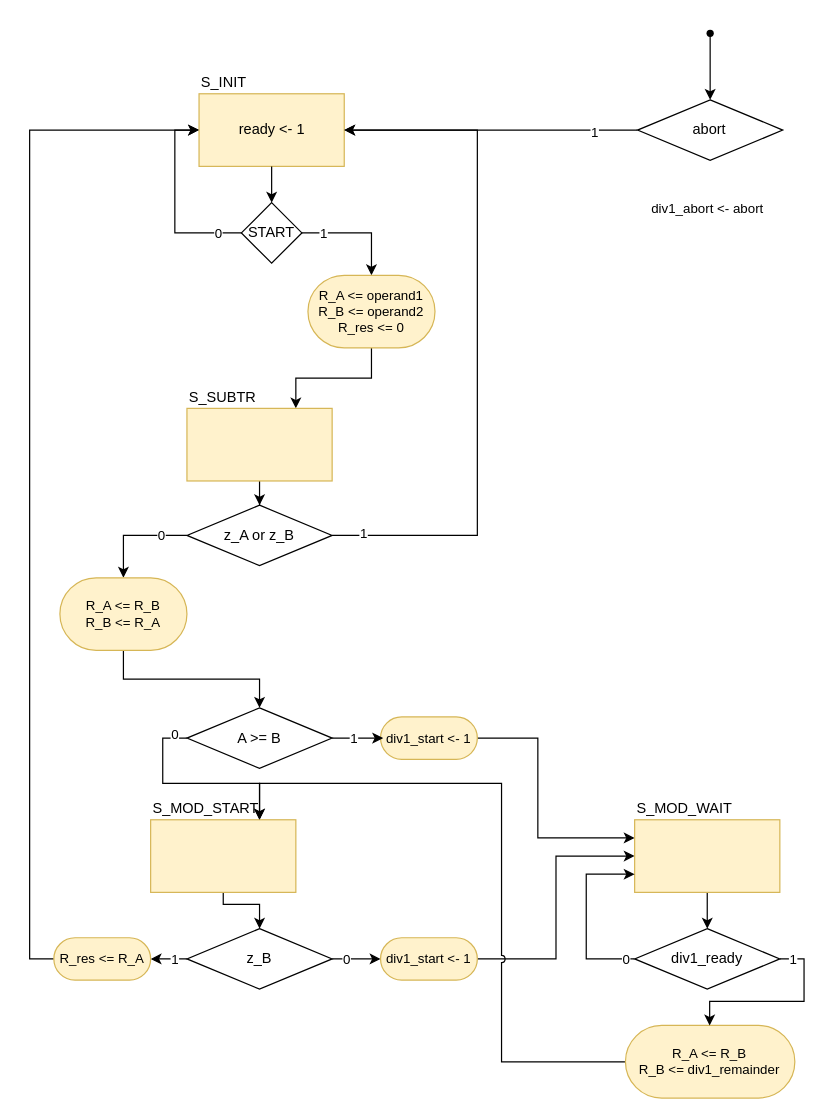
Before: page "mcd_ctrl" (6 of 7) of ASMcharts/ASM.drawio in DavidTrevisan/calcolatori_elettronici_2025, a draw.io diagram. Source tidied: cells renumbered, new cells numbered last; positions are measured from the earlier drawing's top-left corner, leaving out a move shared by most shapes. Both pictures are drawn from the tidied source at 121%, with x=0, y=0 at pixel (29, 21).
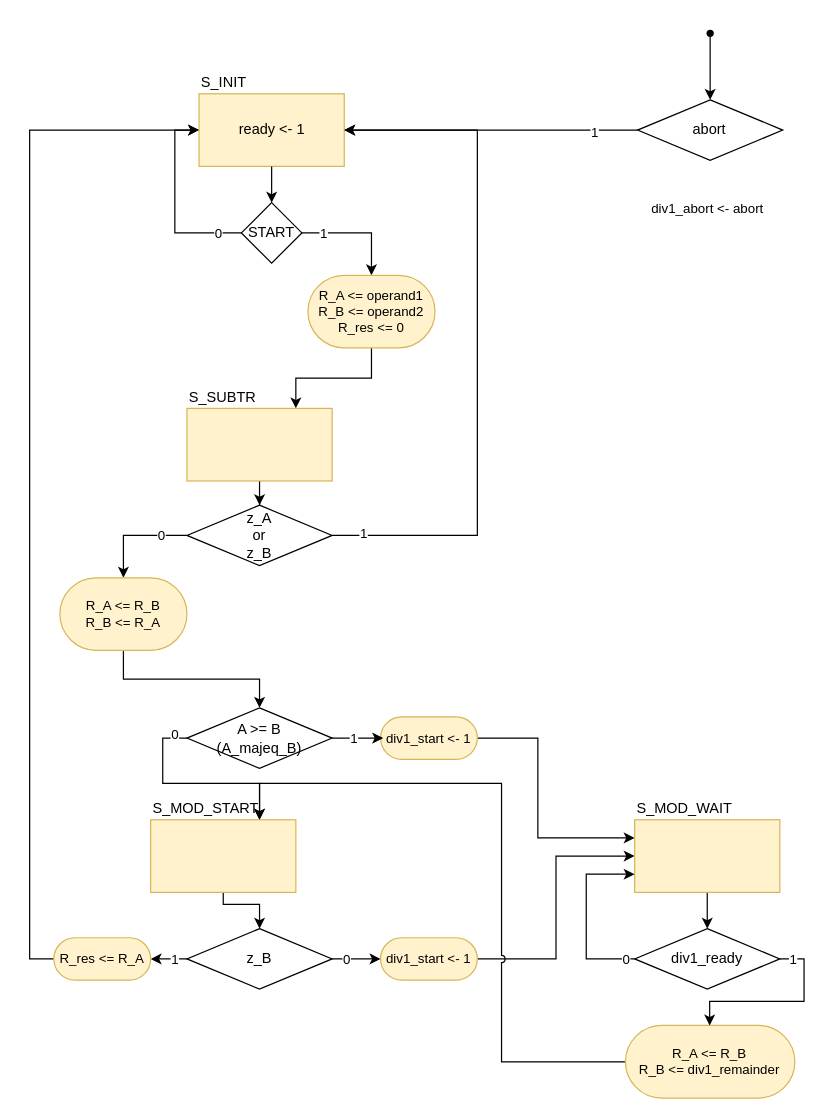
After the change.

The edit, as a diff of the source:
```diff
@@
-    <mxCell id="19" value="z_A or z_B" style="rhombus;whiteSpace=wrap;html=1;" parent="1" vertex="1">
+    <mxCell id="19" value="z_A &lt;br&gt;or &lt;br&gt;z_B" style="rhombus;whiteSpace=wrap;html=1;" parent="1" vertex="1">
       <mxGeometry x="130" y="400" width="120" height="50" as="geometry" />
     </mxCell>
@@
-    <mxCell id="24" value="A &amp;gt;= B" style="rhombus;whiteSpace=wrap;html=1;" parent="1" vertex="1">
+    <mxCell id="24" value="A &amp;gt;= B&lt;br&gt;(A_majeq_B)" style="rhombus;whiteSpace=wrap;html=1;" parent="1" vertex="1">
       <mxGeometry x="130" y="567.5" width="120" height="50" as="geometry" />
     </mxCell>
```
